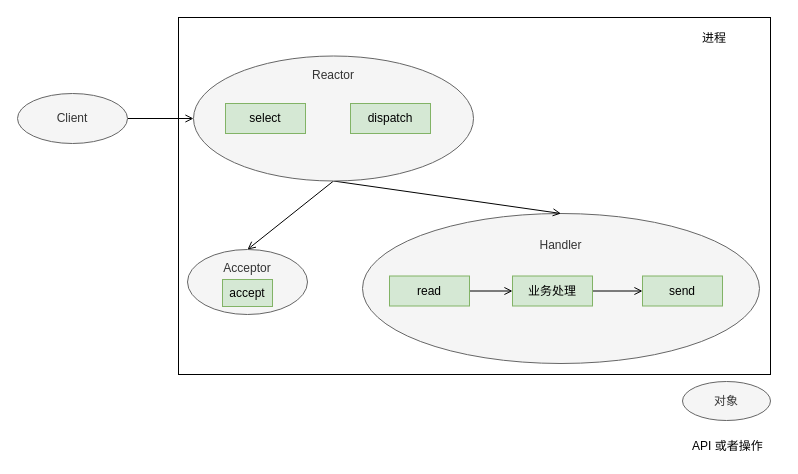
Above: 单 Reactor 单线程/进程.drawio in abserari/draw.io (draw.io), before the change. Source tidied: cells renumbered, new cells numbered last; positions are measured from the earlier drawing's top-left corner, leaving out a move shared by most shapes. Both pictures are drawn from the tidied source at 100%, with x=0, y=0 at pixel (17, 17).
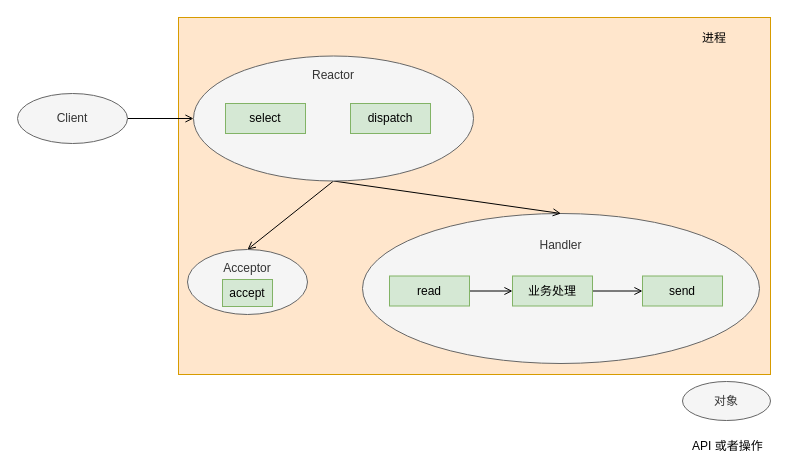
Above is the later version.

Commit message:
更新单 Reactor 单线程/进程.drawio

The edit, as a diff of the source:
```diff
@@
 <mxGraphModel>
   <root>
     <mxCell id="0" />
     <mxCell id="1" parent="0" />
-    <mxCell id="2" value="&amp;nbsp; &amp;nbsp; &amp;nbsp; &amp;nbsp; &amp;nbsp; &amp;nbsp; &amp;nbsp; &amp;nbsp; &amp;nbsp; &amp;nbsp; &amp;nbsp; &amp;nbsp; &amp;nbsp; &amp;nbsp; &amp;nbsp; &amp;nbsp; &amp;nbsp; &amp;nbsp; &amp;nbsp; &amp;nbsp; &amp;nbsp; &amp;nbsp; &amp;nbsp; &amp;nbsp; &amp;nbsp; &amp;nbsp; &amp;nbsp; &amp;nbsp; &amp;nbsp; &amp;nbsp; &amp;nbsp; &amp;nbsp; &amp;nbsp; &amp;nbsp; &amp;nbsp; &amp;nbsp; &amp;nbsp; &amp;nbsp; &amp;nbsp; &amp;nbsp; &amp;nbsp; &amp;nbsp; &amp;nbsp; &amp;nbsp; &amp;nbsp; &amp;nbsp; &amp;nbsp; &amp;nbsp; &amp;nbsp; &amp;nbsp; &amp;nbsp; &amp;nbsp; &amp;nbsp; &amp;nbsp; &amp;nbsp; &amp;nbsp; &amp;nbsp; &amp;nbsp; &amp;nbsp; &amp;nbsp; &amp;nbsp; &amp;nbsp; &amp;nbsp; &amp;nbsp; &amp;nbsp; &amp;nbsp; &amp;nbsp; &amp;nbsp; &amp;nbsp; &amp;nbsp; &amp;nbsp; &amp;nbsp; 进程&lt;br&gt;&lt;br&gt;&lt;br&gt;&lt;br&gt;&lt;br&gt;&lt;br&gt;&lt;br&gt;&lt;br&gt;&lt;br&gt;&lt;br&gt;&lt;br&gt;&lt;br&gt;&lt;br&gt;&lt;br&gt;&lt;br&gt;&lt;br&gt;&lt;br&gt;&lt;br&gt;&lt;br&gt;&lt;br&gt;&lt;br&gt;&lt;br&gt;&lt;br&gt;" style="rounded=0;whiteSpace=wrap;html=1;" parent="1" vertex="1">
+    <mxCell id="2" value="&amp;nbsp; &amp;nbsp; &amp;nbsp; &amp;nbsp; &amp;nbsp; &amp;nbsp; &amp;nbsp; &amp;nbsp; &amp;nbsp; &amp;nbsp; &amp;nbsp; &amp;nbsp; &amp;nbsp; &amp;nbsp; &amp;nbsp; &amp;nbsp; &amp;nbsp; &amp;nbsp; &amp;nbsp; &amp;nbsp; &amp;nbsp; &amp;nbsp; &amp;nbsp; &amp;nbsp; &amp;nbsp; &amp;nbsp; &amp;nbsp; &amp;nbsp; &amp;nbsp; &amp;nbsp; &amp;nbsp; &amp;nbsp; &amp;nbsp; &amp;nbsp; &amp;nbsp; &amp;nbsp; &amp;nbsp; &amp;nbsp; &amp;nbsp; &amp;nbsp; &amp;nbsp; &amp;nbsp; &amp;nbsp; &amp;nbsp; &amp;nbsp; &amp;nbsp; &amp;nbsp; &amp;nbsp; &amp;nbsp; &amp;nbsp; &amp;nbsp; &amp;nbsp; &amp;nbsp; &amp;nbsp; &amp;nbsp; &amp;nbsp; &amp;nbsp; &amp;nbsp; &amp;nbsp; &amp;nbsp; &amp;nbsp; &amp;nbsp; &amp;nbsp; &amp;nbsp; &amp;nbsp; &amp;nbsp; &amp;nbsp; &amp;nbsp; &amp;nbsp; &amp;nbsp; &amp;nbsp; &amp;nbsp; 进程&lt;br&gt;&lt;br&gt;&lt;br&gt;&lt;br&gt;&lt;br&gt;&lt;br&gt;&lt;br&gt;&lt;br&gt;&lt;br&gt;&lt;br&gt;&lt;br&gt;&lt;br&gt;&lt;br&gt;&lt;br&gt;&lt;br&gt;&lt;br&gt;&lt;br&gt;&lt;br&gt;&lt;br&gt;&lt;br&gt;&lt;br&gt;&lt;br&gt;&lt;br&gt;" style="rounded=0;whiteSpace=wrap;html=1;fillColor=#ffe6cc;strokeColor=#d79b00;" parent="1" vertex="1">
       <mxGeometry x="161" width="592" height="357" as="geometry" />
     </mxCell>
     <mxCell id="3" style="edgeStyle=orthogonalEdgeStyle;rounded=0;jettySize=auto;html=1;exitX=1;exitY=0.5;exitDx=0;exitDy=0;endArrow=open;endFill=0;" parent="1" edge="1" source="4" target="15">
       <mxGeometry relative="1" as="geometry" />
     </mxCell>
     <mxCell id="4" value="Client" style="ellipse;whiteSpace=wrap;html=1;fillColor=#f5f5f5;strokeColor=#666666;fontColor=#333333;" parent="1" vertex="1">
       <mxGeometry y="76" width="110" height="50" as="geometry" />
     </mxCell>
     <mxCell id="5" value="对象" style="ellipse;whiteSpace=wrap;html=1;fillColor=#f5f5f5;strokeColor=#666666;fontColor=#333333;" parent="1" vertex="1">
       <mxGeometry x="665" y="364" width="88" height="39" as="geometry" />
     </mxCell>
     <mxCell id="6" value="API 或者操作" style="text;html=1;align=left;verticalAlign=top;spacingTop=-4;" parent="1" vertex="1">
       <mxGeometry x="673" y="419" width="90" height="20" as="geometry" />
     </mxCell>
     <mxCell id="7" value="Handler&lt;br&gt;&lt;br&gt;&lt;br&gt;&lt;br&gt;&lt;br&gt;&lt;br&gt;&lt;br&gt;" style="ellipse;whiteSpace=wrap;html=1;fillColor=#f5f5f5;strokeColor=#666666;fontColor=#333333;" parent="1" vertex="1">
       <mxGeometry x="345" y="196" width="397" height="150" as="geometry" />
     </mxCell>
     <mxCell id="8" style="edgeStyle=none;rounded=0;jettySize=auto;html=1;exitX=1;exitY=0.5;exitDx=0;exitDy=0;entryX=0;entryY=0.5;entryDx=0;entryDy=0;endArrow=open;endFill=0;" parent="1" edge="1" source="9" target="11">
       <mxGeometry relative="1" as="geometry" />
     </mxCell>
     <mxCell id="9" value="read" style="rounded=0;whiteSpace=wrap;html=1;fillColor=#d5e8d4;strokeColor=#82b366;" parent="1" vertex="1">
       <mxGeometry x="372" y="258.5" width="80" height="30" as="geometry" />
     </mxCell>
     <mxCell id="10" style="edgeStyle=none;rounded=0;jettySize=auto;html=1;exitX=1;exitY=0.5;exitDx=0;exitDy=0;entryX=0;entryY=0.5;entryDx=0;entryDy=0;endArrow=open;endFill=0;" parent="1" edge="1" source="11" target="12">
       <mxGeometry relative="1" as="geometry" />
     </mxCell>
     <mxCell id="11" value="业务处理" style="rounded=0;whiteSpace=wrap;html=1;fillColor=#d5e8d4;strokeColor=#82b366;" parent="1" vertex="1">
       <mxGeometry x="495" y="258.5" width="80" height="30" as="geometry" />
     </mxCell>
     <mxCell id="12" value="send" style="rounded=0;whiteSpace=wrap;html=1;fillColor=#d5e8d4;strokeColor=#82b366;" parent="1" vertex="1">
       <mxGeometry x="625" y="258.5" width="80" height="30" as="geometry" />
     </mxCell>
     <mxCell id="13" style="rounded=0;jettySize=auto;html=1;exitX=0.5;exitY=1;exitDx=0;exitDy=0;entryX=0.5;entryY=0;entryDx=0;entryDy=0;endArrow=open;endFill=0;" parent="1" edge="1" source="15" target="18">
       <mxGeometry relative="1" as="geometry" />
     </mxCell>
     <mxCell id="14" style="rounded=0;jettySize=auto;html=1;exitX=0.5;exitY=1;exitDx=0;exitDy=0;entryX=0.5;entryY=0;entryDx=0;entryDy=0;endArrow=open;endFill=0;" parent="1" edge="1" source="15" target="7">
       <mxGeometry relative="1" as="geometry" />
     </mxCell>
     <mxCell id="15" value="Reactor&lt;br&gt;&lt;br&gt;&lt;br&gt;&lt;br&gt;&lt;br&gt;&lt;br&gt;&lt;br&gt;" style="ellipse;whiteSpace=wrap;html=1;fillColor=#f5f5f5;strokeColor=#666666;fontColor=#333333;" parent="1" vertex="1">
       <mxGeometry x="176" y="38.5" width="280" height="125" as="geometry" />
     </mxCell>
     <mxCell id="16" value="select" style="rounded=0;whiteSpace=wrap;html=1;fillColor=#d5e8d4;strokeColor=#82b366;" parent="1" vertex="1">
       <mxGeometry x="208" y="86" width="80" height="30" as="geometry" />
     </mxCell>
     <mxCell id="17" value="dispatch" style="rounded=0;whiteSpace=wrap;html=1;fillColor=#d5e8d4;strokeColor=#82b366;" parent="1" vertex="1">
       <mxGeometry x="333" y="86" width="80" height="30" as="geometry" />
     </mxCell>
     <mxCell id="18" value="&lt;br&gt;&lt;br&gt;Acceptor&lt;br&gt;&lt;br&gt;&lt;br&gt;&lt;br&gt;&lt;br&gt;" style="ellipse;whiteSpace=wrap;html=1;fillColor=#f5f5f5;strokeColor=#666666;fontColor=#333333;" parent="1" vertex="1">
       <mxGeometry x="170" y="232" width="120" height="65" as="geometry" />
     </mxCell>
     <mxCell id="19" value="accept" style="rounded=0;whiteSpace=wrap;html=1;fillColor=#d5e8d4;strokeColor=#82b366;" parent="1" vertex="1">
       <mxGeometry x="205" y="262" width="50" height="27" as="geometry" />
     </mxCell>
   </root>
 </mxGraphModel>
```
